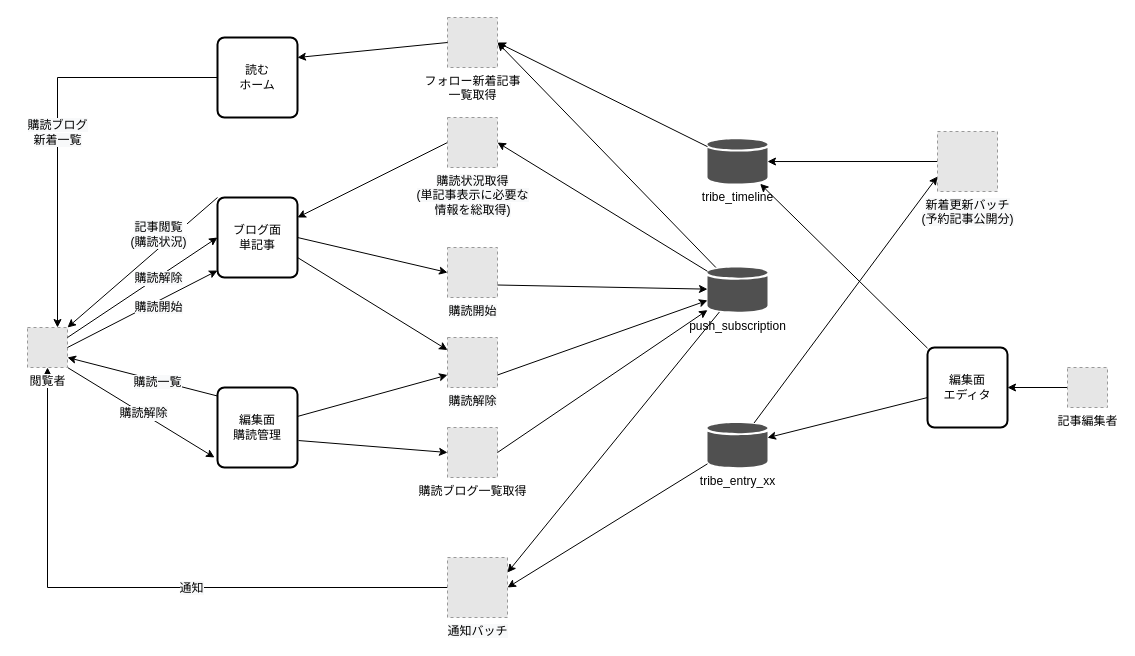
Above: 購読関連.drawio in skage-plusfor/skage-plusfor.github.io (draw.io), before the change. Source tidied: cells renumbered, new cells numbered last; positions are measured from the earlier drawing's top-left corner, leaving out a move shared by most shapes. Both pictures are drawn from the tidied source at 100%, with x=0, y=0 at pixel (27, 17). Pictures stored in the file or linked from it are replaced by grey dashed boxes.
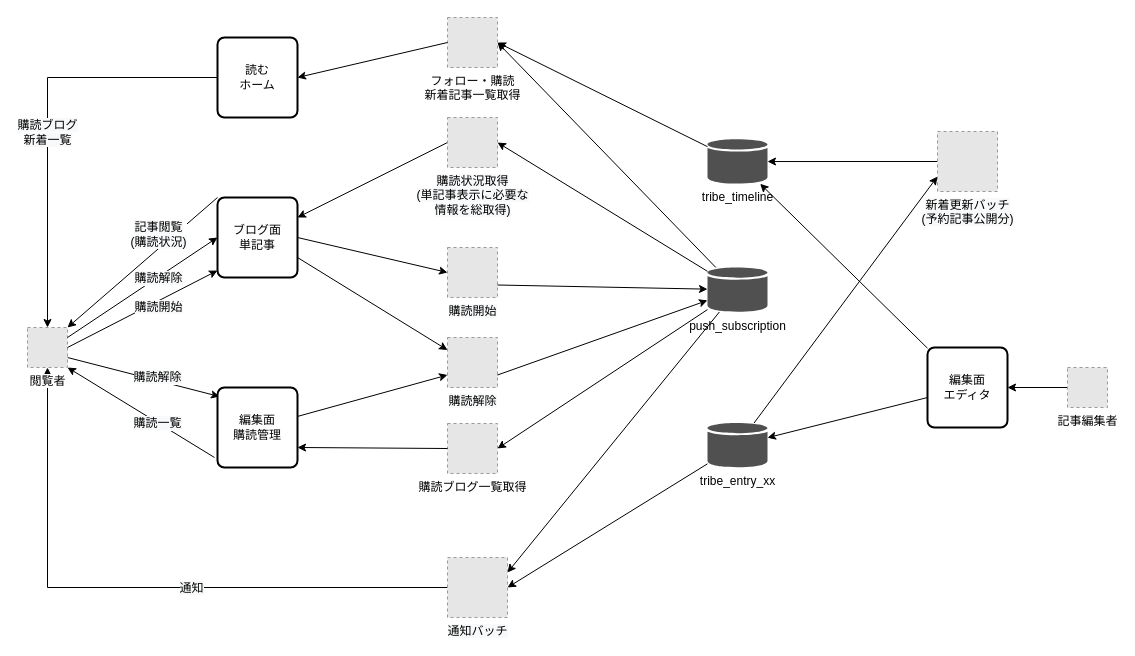
The same page after the edit.

The change refers to these unchanged cells:
```xml
<mxCell id="19" value="push_subscription" style="shadow=0;dashed=0;html=1;strokeColor=none;fillColor=#505050;labelPosition=center;verticalLabelPosition=bottom;verticalAlign=top;outlineConnect=0;align=center;shape=mxgraph.office.databases.database;" parent="1" vertex="1">
  <mxGeometry x="680" y="250" width="60" height="44.5" as="geometry" />
</mxCell>
<mxCell id="22" value="&lt;span style=&quot;white-space: nowrap&quot;&gt;読む&lt;br&gt;ホーム&lt;/span&gt;" style="rounded=1;whiteSpace=wrap;html=1;absoluteArcSize=1;arcSize=14;strokeWidth=2;" parent="1" vertex="1">
  <mxGeometry x="190" y="20" width="80" height="80" as="geometry" />
</mxCell>
<mxCell id="27" value="&lt;span style=&quot;white-space: nowrap&quot;&gt;編集面&lt;br&gt;購読管理&lt;/span&gt;" style="rounded=1;whiteSpace=wrap;html=1;absoluteArcSize=1;arcSize=14;strokeWidth=2;" parent="1" vertex="1">
  <mxGeometry x="190" y="370" width="80" height="80" as="geometry" />
</mxCell>
<mxCell id="31" value="閲覧者" style="fillColor=#E6E6E6;strokeColor=#999999;dashed=1;html=1;verticalAlign=top;verticalLabelPosition=bottom;labelBackgroundColor=#ffffff;" parent="1" vertex="1">
  <mxGeometry y="310" width="40" height="40" as="geometry" />
</mxCell>
```

The edit, as a diff of the source:
```diff
@@
-    <mxCell id="2" style="edgeStyle=orthogonalEdgeStyle;rounded=0;jettySize=auto;html=1;exitX=0;exitY=0.5;exitDx=0;exitDy=0;entryX=0.75;entryY=0;entryDx=0;entryDy=0;" parent="1" edge="1" source="22" target="31">
+    <mxCell id="2" style="edgeStyle=orthogonalEdgeStyle;rounded=0;jettySize=auto;html=1;exitX=0;exitY=0.5;exitDx=0;exitDy=0;entryX=0.5;entryY=0;entryDx=0;entryDy=0;" parent="1" edge="1" source="22" target="31">
       <mxGeometry relative="1" as="geometry" />
     </mxCell>
     <mxCell id="3" value="&lt;span style=&quot;background-color: rgb(248 , 249 , 250)&quot;&gt;購読ブログ&lt;/span&gt;&lt;br style=&quot;background-color: rgb(248 , 249 , 250)&quot;&gt;&lt;span style=&quot;background-color: rgb(248 , 249 , 250)&quot;&gt;新着一覧&lt;/span&gt;" style="text;html=1;align=center;verticalAlign=middle;labelBackgroundColor=#ffffff;" parent="2" vertex="1">
       <mxGeometry x="-0.61" y="1" relative="1" as="geometry">
-        <mxPoint x="-81" y="53" as="offset" />
+        <mxPoint x="-89" y="53" as="offset" />
       </mxGeometry>
     </mxCell>
@@
-    <mxCell id="24" style="edgeStyle=none;rounded=0;jettySize=auto;html=1;exitX=0.025;exitY=0.113;exitDx=0;exitDy=0;entryX=1;entryY=0.75;entryDx=0;entryDy=0;exitPerimeter=0;" parent="1" edge="1" source="27" target="31">
+    <mxCell id="24" style="edgeStyle=none;rounded=0;jettySize=auto;html=1;exitX=1;exitY=0.75;exitDx=0;exitDy=0;entryX=0.025;entryY=0.113;entryDx=0;entryDy=0;entryPerimeter=0;" parent="1" edge="1" source="31" target="27">
       <mxGeometry relative="1" as="geometry" />
     </mxCell>
-    <mxCell id="25" value="&lt;span style=&quot;background-color: rgb(248 , 249 , 250)&quot;&gt;購読一覧&lt;/span&gt;" style="text;html=1;align=center;verticalAlign=middle;labelBackgroundColor=#ffffff;" parent="24" vertex="1">
+    <mxCell id="25" value="&lt;span style=&quot;background-color: rgb(248 , 249 , 250)&quot;&gt;購読解除&lt;/span&gt;" style="text;html=1;align=center;verticalAlign=middle;labelBackgroundColor=#ffffff;" parent="24" vertex="1">
       <mxGeometry x="-0.51" y="2" relative="1" as="geometry">
-        <mxPoint x="-25.1" y="-7" as="offset" />
+        <mxPoint x="51.7" y="12.2" as="offset" />
       </mxGeometry>
     </mxCell>
@@
-    <mxCell id="29" style="edgeStyle=none;rounded=0;jettySize=auto;html=1;exitX=1;exitY=1;exitDx=0;exitDy=0;entryX=-0.037;entryY=0.875;entryDx=0;entryDy=0;entryPerimeter=0;" parent="1" edge="1" source="31" target="27">
+    <mxCell id="29" style="edgeStyle=none;rounded=0;jettySize=auto;html=1;exitX=-0.037;exitY=0.875;exitDx=0;exitDy=0;entryX=1;entryY=1;entryDx=0;entryDy=0;exitPerimeter=0;" parent="1" edge="1" source="27" target="31">
       <mxGeometry relative="1" as="geometry" />
     </mxCell>
-    <mxCell id="30" value="&lt;span style=&quot;background-color: rgb(248 , 249 , 250)&quot;&gt;購読解除&lt;/span&gt;" style="text;html=1;align=center;verticalAlign=middle;labelBackgroundColor=#ffffff;" parent="29" vertex="1">
+    <mxCell id="30" value="&lt;span style=&quot;background-color: rgb(248 , 249 , 250)&quot;&gt;購読一覧&lt;/span&gt;" style="text;html=1;align=center;verticalAlign=middle;labelBackgroundColor=#ffffff;" parent="29" vertex="1">
       <mxGeometry x="-0.22" y="2" relative="1" as="geometry">
-        <mxPoint x="17.1" y="12.2" as="offset" />
+        <mxPoint x="1.1" y="-1.2" as="offset" />
       </mxGeometry>
     </mxCell>
@@
     <mxCell id="33" value="購読ブログ一覧取得" style="fillColor=#E6E6E6;strokeColor=#999999;dashed=1;html=1;verticalAlign=top;verticalLabelPosition=bottom;labelBackgroundColor=#ffffff;" parent="1" vertex="1">
-      <mxGeometry x="420" y="410" width="50" height="50" as="geometry" />
+      <mxGeometry x="420" y="406" width="50" height="50" as="geometry" />
     </mxCell>
@@
-    <mxCell id="35" style="edgeStyle=none;rounded=0;jettySize=auto;html=1;entryX=0;entryY=0.5;entryDx=0;entryDy=0;exitX=1.013;exitY=0.663;exitDx=0;exitDy=0;exitPerimeter=0;" parent="1" edge="1" source="27" target="33">
+    <mxCell id="35" style="edgeStyle=none;rounded=0;jettySize=auto;html=1;entryX=1;entryY=0.75;entryDx=0;entryDy=0;exitX=0;exitY=0.5;exitDx=0;exitDy=0;" parent="1" edge="1" source="33" target="27">
       <mxGeometry relative="1" as="geometry" />
     </mxCell>
-    <mxCell id="36" style="edgeStyle=none;rounded=0;jettySize=auto;html=1;exitX=1;exitY=0.5;exitDx=0;exitDy=0;" parent="1" edge="1" source="33" target="19">
+    <mxCell id="36" style="edgeStyle=none;rounded=0;jettySize=auto;html=1;entryX=1;entryY=0.5;entryDx=0;entryDy=0;" parent="1" edge="1" source="19" target="33">
       <mxGeometry relative="1" as="geometry" />
     </mxCell>
@@
-    <mxCell id="47" value="フォロー新着記事&lt;br&gt;一覧取得" style="fillColor=#E6E6E6;strokeColor=#999999;dashed=1;html=1;verticalAlign=top;verticalLabelPosition=bottom;labelBackgroundColor=#ffffff;" parent="1" vertex="1">
+    <mxCell id="47" value="フォロー・購読&lt;br&gt;新着記事一覧取得" style="fillColor=#E6E6E6;strokeColor=#999999;dashed=1;html=1;verticalAlign=top;verticalLabelPosition=bottom;labelBackgroundColor=#ffffff;" parent="1" vertex="1">
       <mxGeometry x="420" width="50" height="50" as="geometry" />
     </mxCell>
@@
-    <mxCell id="50" style="rounded=0;jettySize=auto;html=1;exitX=0;exitY=0.5;exitDx=0;exitDy=0;entryX=1;entryY=0.25;entryDx=0;entryDy=0;" parent="1" edge="1" source="47" target="22">
+    <mxCell id="50" style="rounded=0;jettySize=auto;html=1;exitX=0;exitY=0.5;exitDx=0;exitDy=0;entryX=1;entryY=0.5;entryDx=0;entryDy=0;" parent="1" edge="1" source="47" target="22">
       <mxGeometry relative="1" as="geometry" />
     </mxCell>
```
